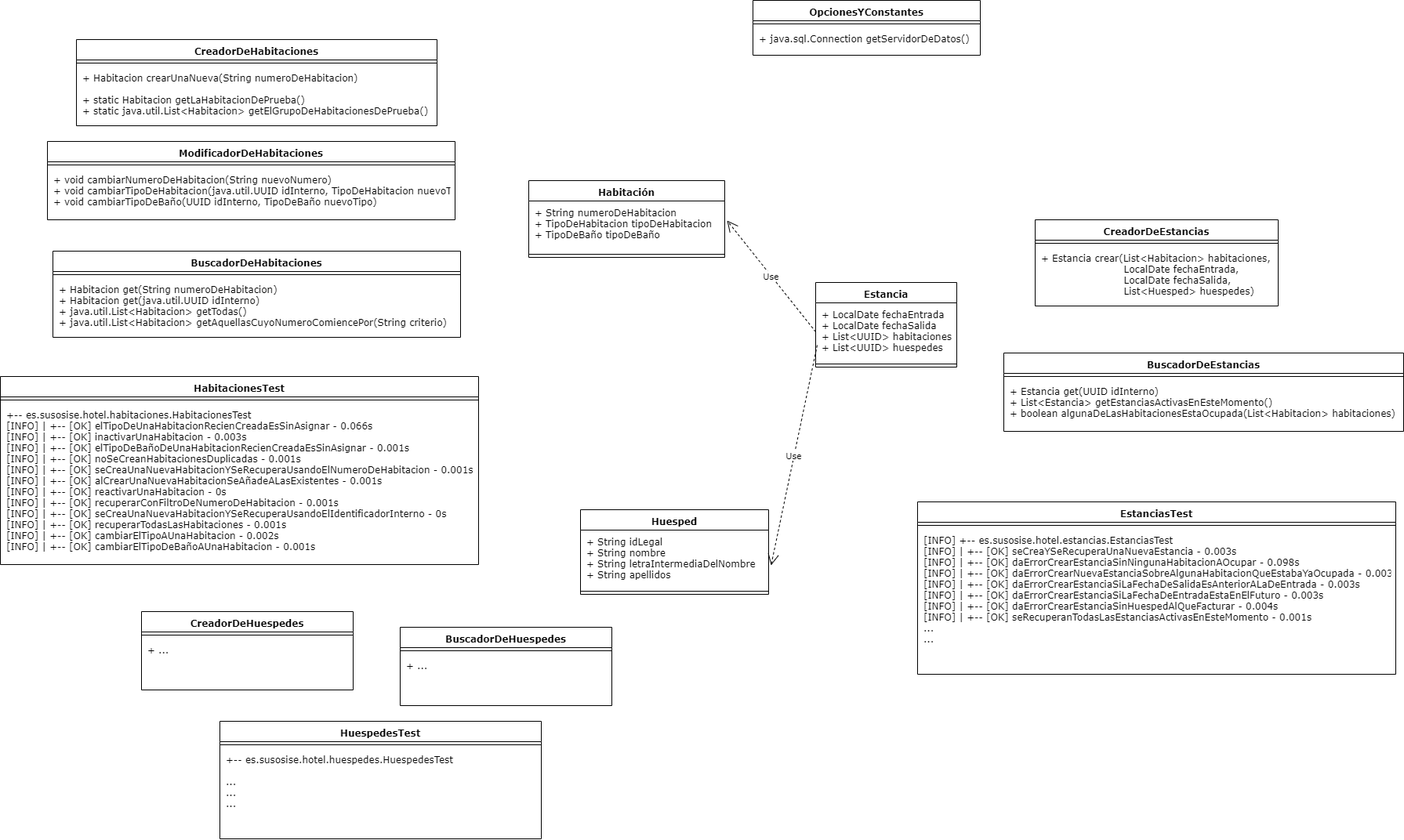
JuanMuruaOlalde/Hotel keeps this draw.io diagram as documentacion/diagrama de clases para la gestion de estancias.drawio.png. Above is the earlier version. Source tidied: cells renumbered, new cells last; positions are measured from the earlier drawing's top-left corner, leaving out a move shared by most shapes.
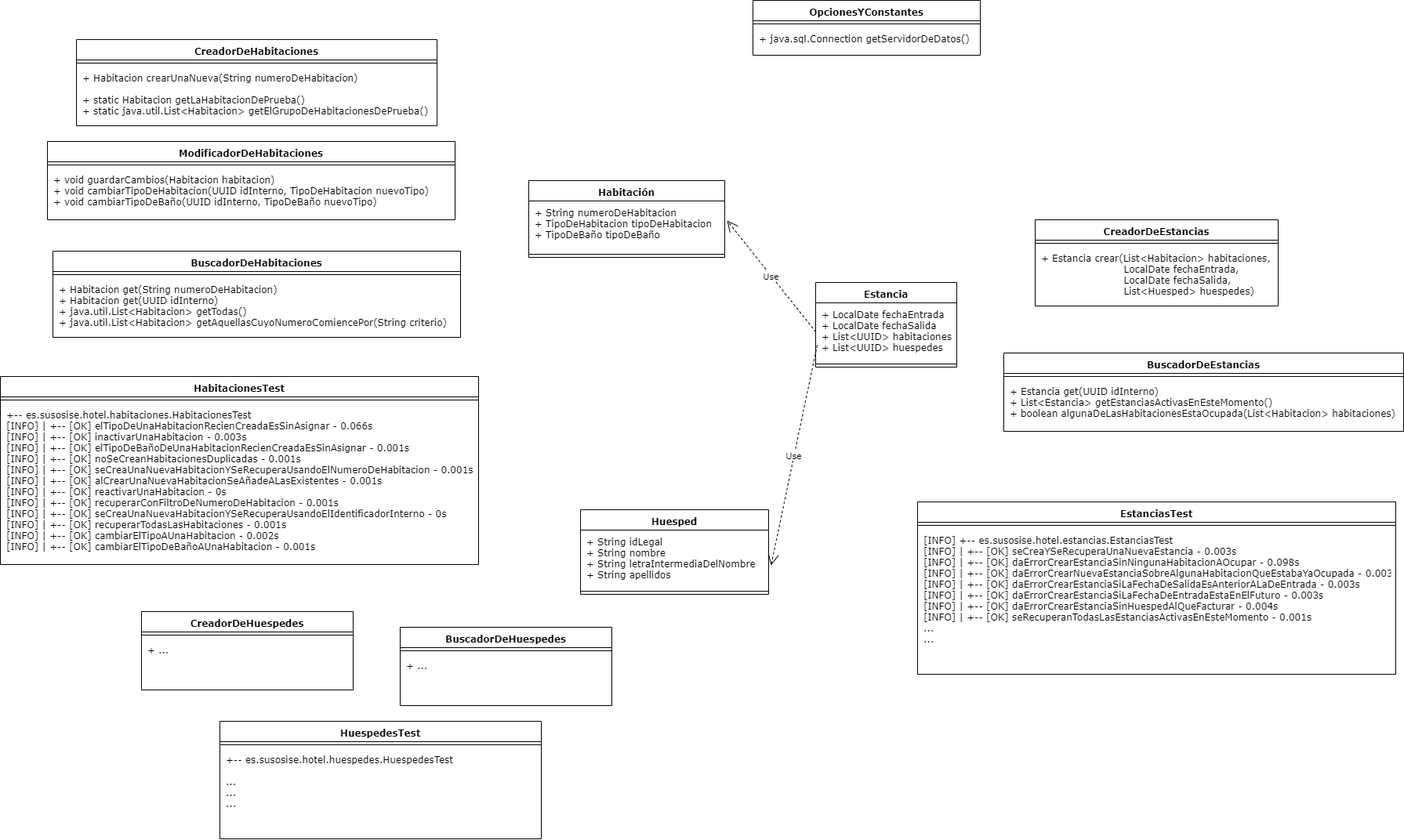
The same file after the commit.

Change to the diagram source:
```diff
@@ -62,7 +62,7 @@
     <mxCell id="21" style="line;strokeWidth=1;fillColor=none;align=left;verticalAlign=middle;spacingTop=-1;spacingLeft=3;spacingRight=3;labelPosition=right;fontFamily=Verdana;spacing=4;" parent="20" vertex="1">
       <mxGeometry y="26" width="520" height="8" as="geometry" />
     </mxCell>
-    <mxCell id="22" value="+ Habitacion get(String numeroDeHabitacion)&#10;+ Habitacion get(java.util.UUID idInterno)&#10;+ java.util.List&lt;Habitacion&gt; getTodas()&#10;+ java.util.List&lt;Habitacion&gt; getAquellasCuyoNumeroComiencePor(String criterio)&#10;&#10;" style="text;strokeColor=none;fillColor=none;align=left;verticalAlign=top;spacingLeft=4;spacingRight=4;overflow=hidden;fontFamily=Verdana;spacing=4;" parent="20" vertex="1">
+    <mxCell id="22" value="+ Habitacion get(String numeroDeHabitacion)&#10;+ Habitacion get(UUID idInterno)&#10;+ java.util.List&lt;Habitacion&gt; getTodas()&#10;+ java.util.List&lt;Habitacion&gt; getAquellasCuyoNumeroComiencePor(String criterio)&#10;&#10;" style="text;strokeColor=none;fillColor=none;align=left;verticalAlign=top;spacingLeft=4;spacingRight=4;overflow=hidden;fontFamily=Verdana;spacing=4;" parent="20" vertex="1">
       <mxGeometry y="34" width="520" height="76" as="geometry" />
     </mxCell>
     <mxCell id="23" value="ModificadorDeHabitaciones" style="swimlane;fontStyle=1;align=center;verticalAlign=top;horizontal=1;startSize=26;fontFamily=Verdana;spacing=4;" parent="1" vertex="1">
@@ -71,7 +71,7 @@
     <mxCell id="24" style="line;strokeWidth=1;fillColor=none;align=left;verticalAlign=middle;spacingTop=-1;spacingLeft=3;spacingRight=3;labelPosition=right;fontFamily=Verdana;spacing=4;" parent="23" vertex="1">
       <mxGeometry y="26" width="520" height="8" as="geometry" />
     </mxCell>
-    <mxCell id="25" value="+ void cambiarNumeroDeHabitacion(String nuevoNumero)&#10;+ void cambiarTipoDeHabitacion(java.util.UUID idInterno, TipoDeHabitacion nuevoTipo)&#10;+ void cambiarTipoDeBaño(UUID idInterno, TipoDeBaño nuevoTipo)" style="text;strokeColor=none;fillColor=none;align=left;verticalAlign=top;spacingLeft=4;spacingRight=4;overflow=hidden;fontFamily=Verdana;spacingBottom=0;spacing=4;" parent="23" vertex="1">
+    <mxCell id="25" value="+ void guardarCambios(Habitacion habitacion)&#10;+ void cambiarTipoDeHabitacion(UUID idInterno, TipoDeHabitacion nuevoTipo)&#10;+ void cambiarTipoDeBaño(UUID idInterno, TipoDeBaño nuevoTipo)" style="text;strokeColor=none;fillColor=none;align=left;verticalAlign=top;spacingLeft=4;spacingRight=4;overflow=hidden;fontFamily=Verdana;spacingBottom=0;spacing=4;" parent="23" vertex="1">
       <mxGeometry y="34" width="520" height="66" as="geometry" />
     </mxCell>
     <mxCell id="26" value="Huesped" style="swimlane;fontStyle=1;align=center;verticalAlign=top;horizontal=1;startSize=26;fontFamily=Verdana;spacing=4;spacingBottom=0;" parent="1" vertex="1">
```
